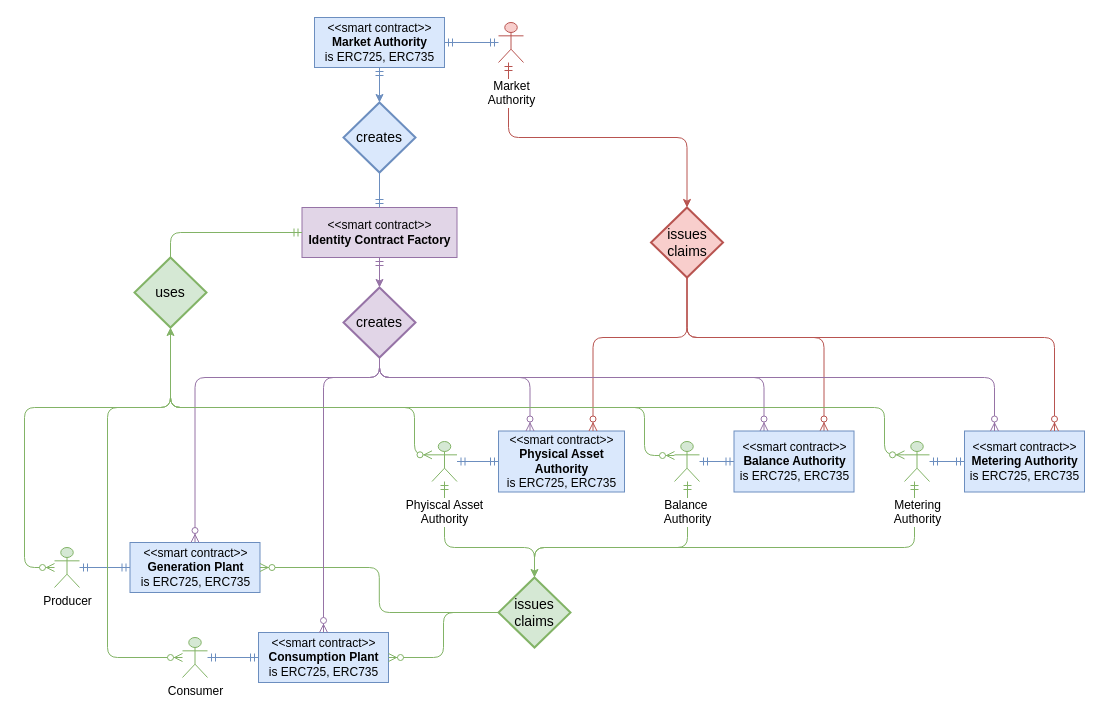
Earlier version of the draw.io diagram page "ER-Modell: Identity Contracts" (5 of 5) of documentation/diagrams.drawio (B2E2/b2e2_contracts). Source tidied: cells renumbered, new cells numbered last; positions are measured from the earlier drawing's top-left corner, leaving out a move shared by most shapes. Both pictures are drawn from the tidied source at 100%, with x=0, y=0 at pixel (24, 17).
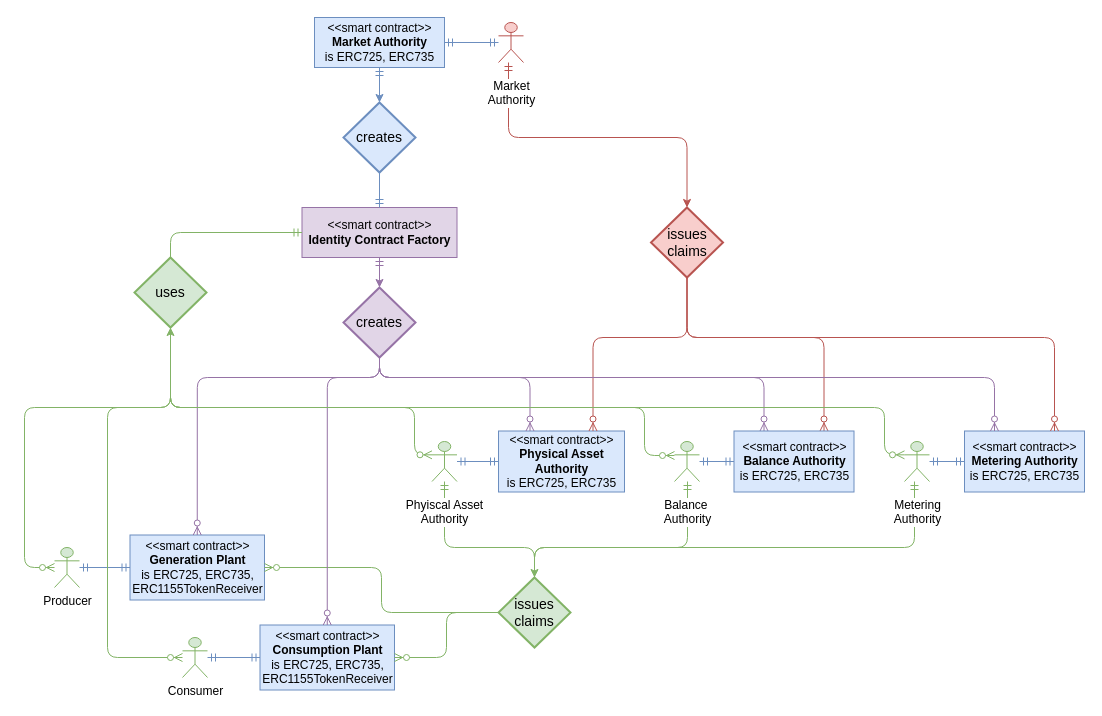
After the change.

Unchanged cells that the change refers to:
```xml
<mxCell id="22" value="creates" style="shape=rhombus;strokeWidth=2;fontSize=17;perimeter=rhombusPerimeter;whiteSpace=wrap;html=1;align=center;fontSize=14;rounded=0;fillColor=#e1d5e7;strokeColor=#9673a6;" parent="1" vertex="1">
  <mxGeometry x="319" y="270" width="72" height="70" as="geometry" />
</mxCell>
```

Diff of the diagram source:
```diff
@@
-    <mxCell id="10" value="&amp;lt;&amp;lt;smart contract&amp;gt;&amp;gt;&lt;br&gt;&lt;b&gt;Generation Plant&lt;/b&gt;&lt;br&gt;is ERC725, ERC735" style="html=1;fillColor=#dae8fc;strokeColor=#6c8ebf;" parent="1" vertex="1">
-      <mxGeometry x="105.5" y="525" width="130" height="50" as="geometry" />
+    <mxCell id="10" value="&amp;lt;&amp;lt;smart contract&amp;gt;&amp;gt;&lt;br&gt;&lt;b&gt;Generation Plant&lt;/b&gt;&lt;br&gt;is ERC725, ERC735,&lt;br&gt;ERC1155TokenReceiver" style="html=1;fillColor=#dae8fc;strokeColor=#6c8ebf;" parent="1" vertex="1">
+      <mxGeometry x="105.5" y="517.5" width="134.5" height="65" as="geometry" />
     </mxCell>
-    <mxCell id="11" value="&amp;lt;&amp;lt;smart contract&amp;gt;&amp;gt;&lt;br&gt;&lt;b&gt;Consumption Plant&lt;/b&gt;&lt;br&gt;is ERC725, ERC735" style="html=1;fillColor=#dae8fc;strokeColor=#6c8ebf;" parent="1" vertex="1">
-      <mxGeometry x="234" y="615" width="130" height="50" as="geometry" />
+    <mxCell id="11" value="&amp;lt;&amp;lt;smart contract&amp;gt;&amp;gt;&lt;br&gt;&lt;b&gt;Consumption Plant&lt;/b&gt;&lt;br&gt;is ERC725, ERC735,&lt;br&gt;ERC1155TokenReceiver" style="html=1;fillColor=#dae8fc;strokeColor=#6c8ebf;" parent="1" vertex="1">
+      <mxGeometry x="235.5" y="607.5" width="134.5" height="65" as="geometry" />
     </mxCell>
@@
     <mxCell id="32" style="edgeStyle=orthogonalEdgeStyle;fontSize=12;html=1;endArrow=ERzeroToMany;startArrow=none;exitX=0.5;exitY=1;exitDx=0;exitDy=0;entryX=0.5;entryY=0;entryDx=0;entryDy=0;fillColor=#e1d5e7;strokeColor=#9673a6;startFill=0;" parent="1" edge="1" source="22" target="11">
       <mxGeometry relative="1" as="geometry">
         <Array as="points">
           <mxPoint x="355" y="360" />
-          <mxPoint x="299" y="360" />
+          <mxPoint x="303" y="360" />
         </Array>
       </mxGeometry>
     </mxCell>
@@
     <mxCell id="36" style="edgeStyle=orthogonalEdgeStyle;fontSize=12;html=1;endArrow=ERzeroToMany;startArrow=none;exitX=0.5;exitY=1;exitDx=0;exitDy=0;entryX=0.5;entryY=0;entryDx=0;entryDy=0;fillColor=#e1d5e7;strokeColor=#9673a6;startFill=0;" parent="1" edge="1" source="22" target="10">
       <mxGeometry relative="1" as="geometry">
         <Array as="points">
           <mxPoint x="355" y="360" />
-          <mxPoint x="171" y="360" />
+          <mxPoint x="173" y="360" />
         </Array>
       </mxGeometry>
     </mxCell>
```
